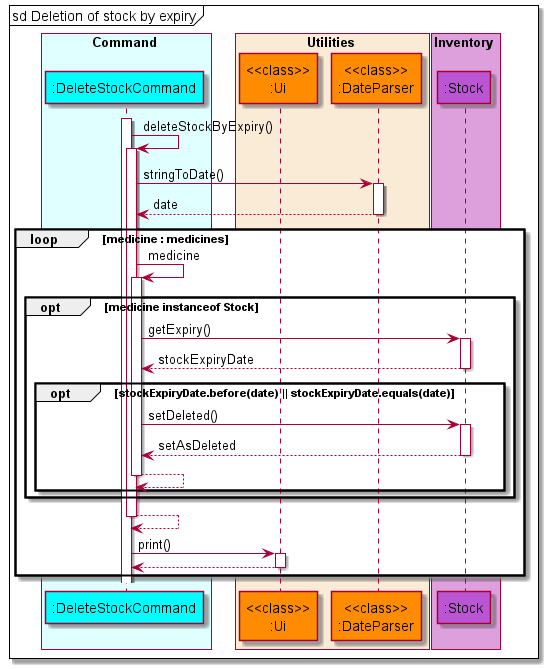
The PlantUML diagram docs/diagrams/diagram_images/DeletionOfStockByExpirySequenceDiagram.png in nus-cs2113-AY2122S1/tp, before a commit.
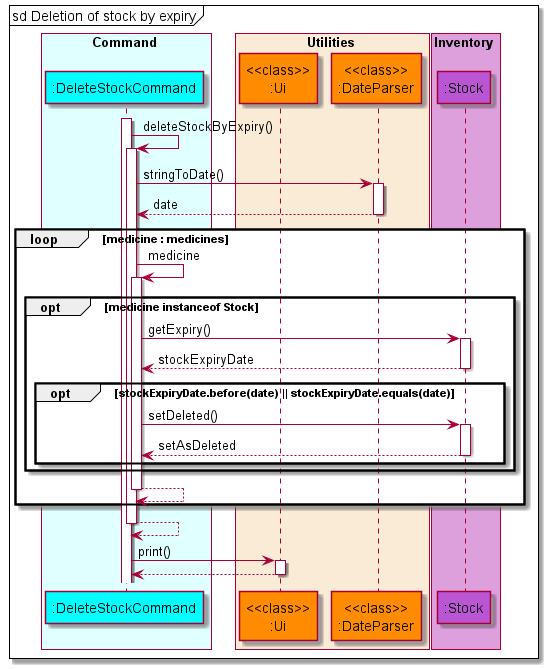
After the change.

Commit message:
Update sequence diagrram in DG and removal of redundant checking in deletestock

The edit, as a diff of the source:
```diff
@@ -29,11 +29,11 @@
         opt stockExpiryDate.before(date) || stockExpiryDate.equals(date)
             deleteStock -> stock : setDeleted()
             deleteStock <-- stock : setAsDeleted
-            deleteStock --> deleteStock
         end
     end
+    deleteStock --> deleteStock
+end
 deleteStock --> deleteStock
 deleteStock -> ui : print()
 deleteStock <-- ui
-end
 @enduml
```
